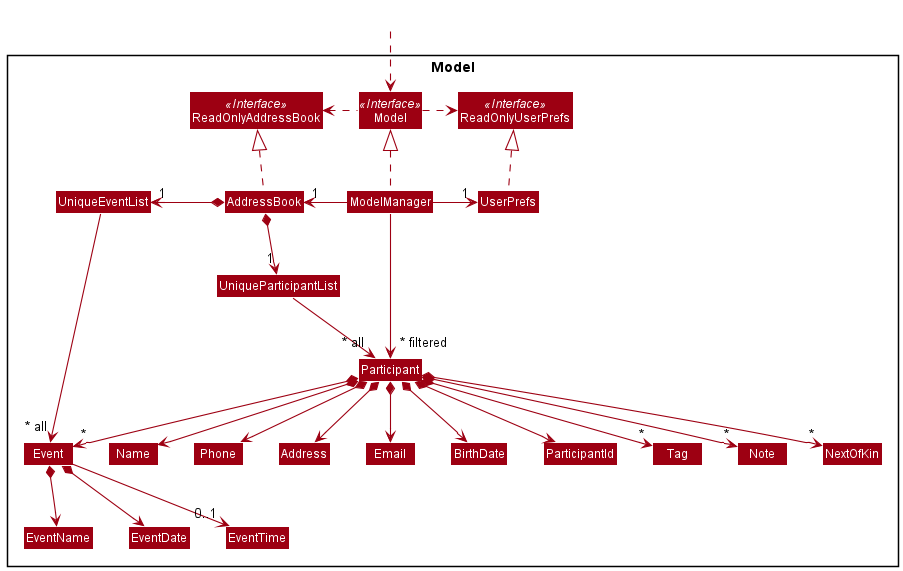
Above: docs/images/ModelClassDiagram.png in nus-cs2103-AY2122S1/tp (PlantUML), before the change.
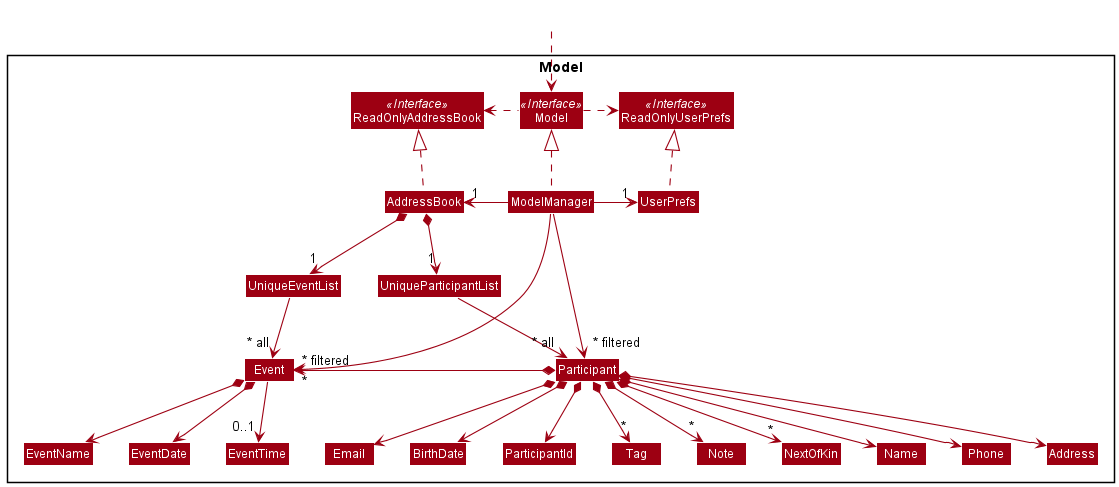
After the change.

The edit, as a diff of the source:
```diff
@@ -47,7 +47,7 @@
 UserPrefs .up.|> ReadOnlyUserPrefs
 
 AddressBook *--> "1" UniqueParticipantList
-AddressBook *-left-> "1" UniqueEventList
+AddressBook *--> "1" UniqueEventList
 UniqueEventList --> "~* all" Event
 Event *--> EventName
 Event *--> EventDate
@@ -62,11 +62,12 @@
 Participant *--> "*" Tag
 Participant *--> "*" Note
 Participant *--> "*" NextOfKin
-Participant *--> "*" Event
+Participant *-left-> "*" Event
 
 Name -[hidden]right-> Phone
 Phone -[hidden]right-> Address
 Address -[hidden]right-> Email
 
 ModelManager -->"~* filtered" Participant
+ModelManager -->"~* filtered" Event
 @enduml
```
